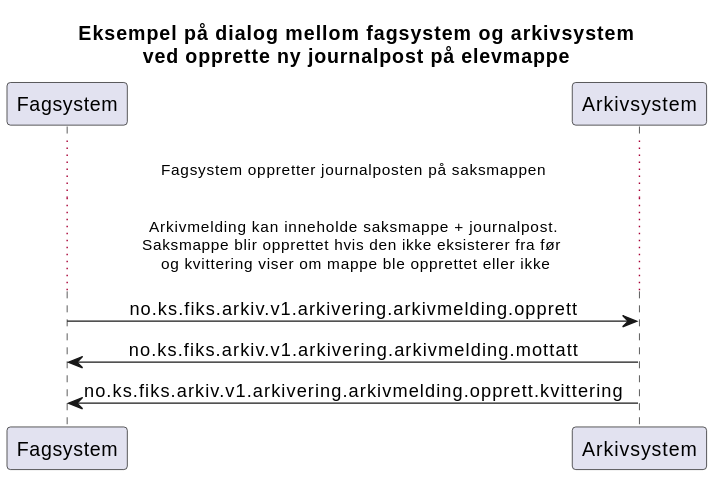
The PlantUML diagram Dokumentasjon/V1/UseCases/Elevmappe/OpprettMedSaksmappe/meldingsutveksling.svg in ks-no/fiks-arkiv-specification, before a commit.
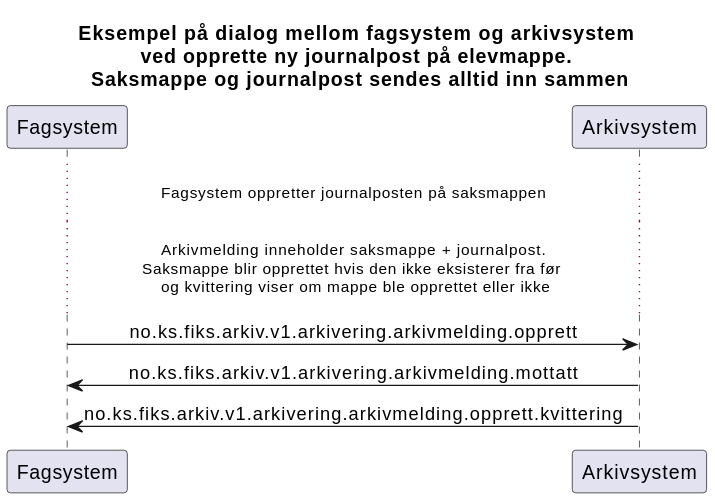
Later version of the same file.

What changed in the source:
```diff
@@ -1,14 +1,14 @@
 @startuml
 skinparam sequenceMessageAlign center
 
-title "Eksempel på dialog mellom fagsystem og arkivsystem\nved opprette ny journalpost på elevmappe"
+title "Eksempel på dialog mellom fagsystem og arkivsystem\nved opprette ny journalpost på elevmappe.\n Saksmappe og journalpost sendes alltid inn sammen"
 
 
 participant Fagsystem as "Fagsystem"
 participant Arkivsystem as "Arkivsystem"
 
 ... Fagsystem oppretter journalposten på saksmappen ...
-... Arkivmelding kan inneholde saksmappe + journalpost. \n Saksmappe blir opprettet hvis den ikke eksisterer fra før  \n  og kvittering viser om mappe ble opprettet eller ikke ...
+... Arkivmelding inneholder saksmappe + journalpost. \n Saksmappe blir opprettet hvis den ikke eksisterer fra før  \n  og kvittering viser om mappe ble opprettet eller ikke ...
 Fagsystem -> Arkivsystem : no.ks.fiks.arkiv.v1.arkivering.arkivmelding.opprett
 Fagsystem <- Arkivsystem : no.ks.fiks.arkiv.v1.arkivering.arkivmelding.mottatt
 Fagsystem <- Arkivsystem : no.ks.fiks.arkiv.v1.arkivering.arkivmelding.opprett.kvittering
```
